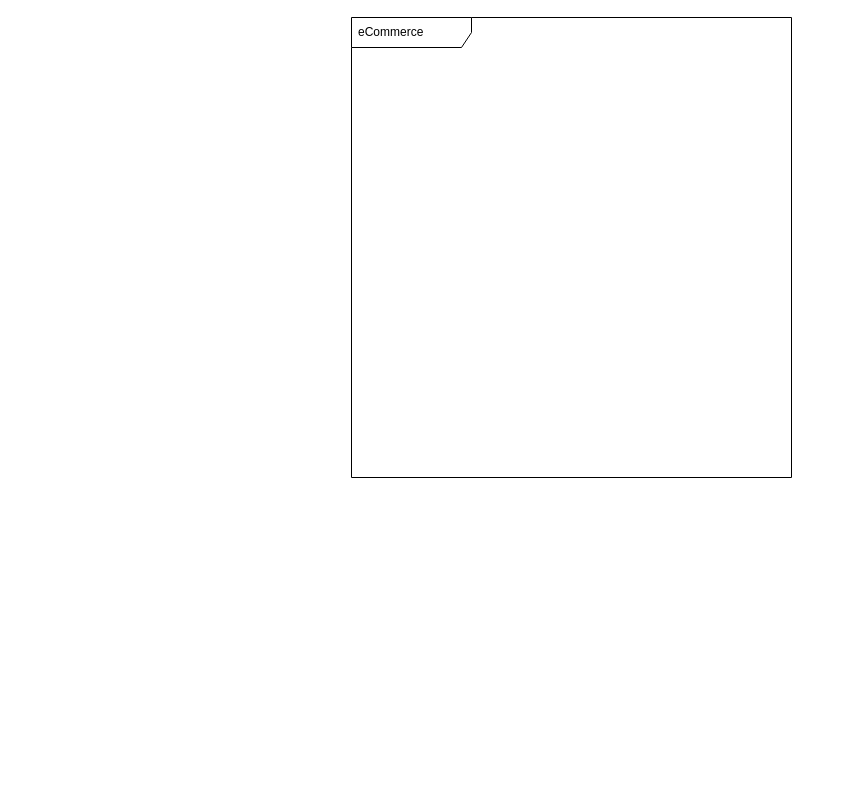
Earlier version of the draw.io diagram data_modeling/database.drawio (lbcamargo94/e_commerce_design). Source tidied: cells renumbered, new cells numbered last; positions are measured from the earlier drawing's top-left corner, leaving out a move shared by most shapes. Both pictures are drawn from the tidied source at 100%, with x=0, y=0 at pixel (351, 17).
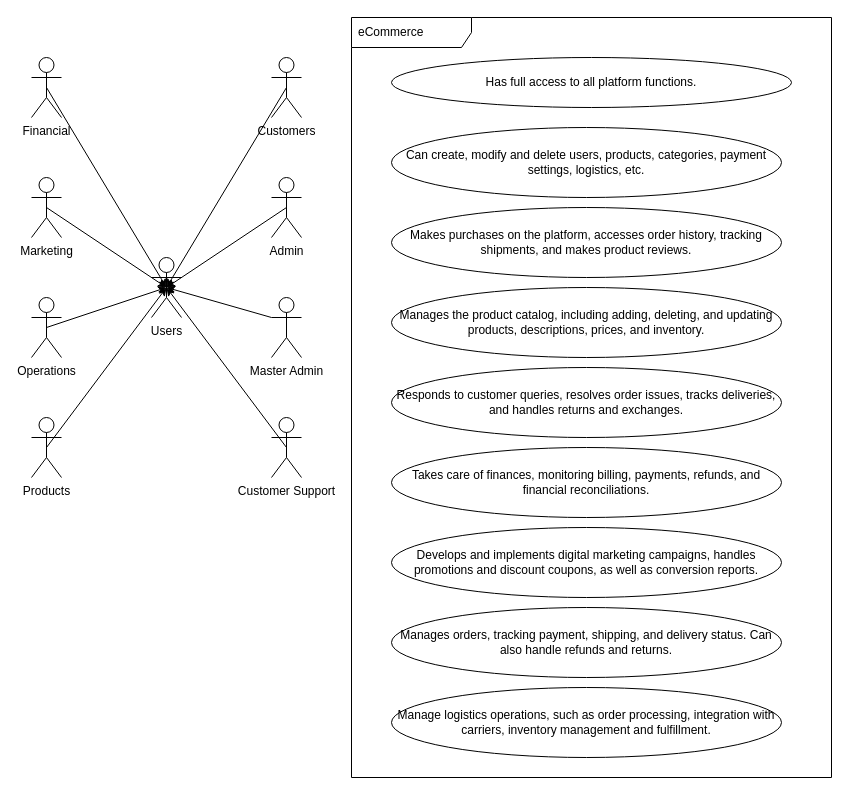
After the change.

Commit message:
feat: update data modeling

update data modeling database.drawio file

What changed in the source:
```diff
@@
     <mxCell id="2" value="eCommerce" style="shape=umlFrame;whiteSpace=wrap;html=1;width=120;height=30;boundedLbl=1;verticalAlign=middle;align=left;spacingLeft=5;" parent="1" vertex="1">
-      <mxGeometry width="440" height="460" as="geometry" />
+      <mxGeometry width="480" height="760" as="geometry" />
     </mxCell>
+    <mxCell id="3" style="edgeStyle=none;html=1;exitX=0.5;exitY=0.5;exitDx=0;exitDy=0;exitPerimeter=0;entryX=0.5;entryY=0.5;entryDx=0;entryDy=0;entryPerimeter=0;" parent="1" edge="1" source="4" target="5">
+      <mxGeometry relative="1" as="geometry" />
+    </mxCell>
+    <mxCell id="4" value="Customers" style="shape=umlActor;verticalLabelPosition=bottom;verticalAlign=top;html=1;" parent="1" vertex="1">
+      <mxGeometry x="-80" y="40" width="30" height="60" as="geometry" />
+    </mxCell>
+    <mxCell id="5" value="Users" style="shape=umlActor;verticalLabelPosition=bottom;verticalAlign=top;html=1;" parent="1" vertex="1">
+      <mxGeometry x="-200" y="240" width="30" height="60" as="geometry" />
+    </mxCell>
+    <mxCell id="6" style="edgeStyle=none;html=1;exitX=0.5;exitY=0.5;exitDx=0;exitDy=0;exitPerimeter=0;entryX=0.5;entryY=0.5;entryDx=0;entryDy=0;entryPerimeter=0;" parent="1" edge="1" source="7" target="5">
+      <mxGeometry relative="1" as="geometry" />
+    </mxCell>
+    <mxCell id="7" value="Admin" style="shape=umlActor;verticalLabelPosition=bottom;verticalAlign=top;html=1;" parent="1" vertex="1">
+      <mxGeometry x="-80" y="160" width="30" height="60" as="geometry" />
+    </mxCell>
+    <mxCell id="8" style="edgeStyle=none;html=1;exitX=0;exitY=0.3333333333333333;exitDx=0;exitDy=0;exitPerimeter=0;entryX=0.5;entryY=0.5;entryDx=0;entryDy=0;entryPerimeter=0;" parent="1" edge="1" source="9" target="5">
+      <mxGeometry relative="1" as="geometry" />
+    </mxCell>
+    <mxCell id="9" value="Master Admin" style="shape=umlActor;verticalLabelPosition=bottom;verticalAlign=top;html=1;" parent="1" vertex="1">
+      <mxGeometry x="-80" y="280" width="30" height="60" as="geometry" />
+    </mxCell>
+    <mxCell id="10" style="edgeStyle=none;html=1;exitX=0.5;exitY=0.5;exitDx=0;exitDy=0;exitPerimeter=0;entryX=0.5;entryY=0.5;entryDx=0;entryDy=0;entryPerimeter=0;" parent="1" edge="1" source="11" target="5">
+      <mxGeometry relative="1" as="geometry" />
+    </mxCell>
+    <mxCell id="11" value="Customer Support" style="shape=umlActor;verticalLabelPosition=bottom;verticalAlign=top;html=1;" parent="1" vertex="1">
+      <mxGeometry x="-80" y="400" width="30" height="60" as="geometry" />
+    </mxCell>
+    <mxCell id="12" style="edgeStyle=none;html=1;exitX=0.5;exitY=0.5;exitDx=0;exitDy=0;exitPerimeter=0;entryX=0.5;entryY=0.5;entryDx=0;entryDy=0;entryPerimeter=0;" parent="1" edge="1" source="13" target="5">
+      <mxGeometry relative="1" as="geometry" />
+    </mxCell>
+    <mxCell id="13" value="Financial" style="shape=umlActor;verticalLabelPosition=bottom;verticalAlign=top;html=1;" parent="1" vertex="1">
+      <mxGeometry x="-320" y="40" width="30" height="60" as="geometry" />
+    </mxCell>
+    <mxCell id="14" style="edgeStyle=none;html=1;exitX=0.5;exitY=0.5;exitDx=0;exitDy=0;exitPerimeter=0;entryX=0.5;entryY=0.5;entryDx=0;entryDy=0;entryPerimeter=0;" parent="1" edge="1" source="15" target="5">
+      <mxGeometry relative="1" as="geometry" />
+    </mxCell>
+    <mxCell id="15" value="Marketing" style="shape=umlActor;verticalLabelPosition=bottom;verticalAlign=top;html=1;" parent="1" vertex="1">
+      <mxGeometry x="-320" y="160" width="30" height="60" as="geometry" />
+    </mxCell>
+    <mxCell id="16" style="edgeStyle=none;html=1;exitX=0.5;exitY=0.5;exitDx=0;exitDy=0;exitPerimeter=0;" parent="1" edge="1" source="17">
+      <mxGeometry relative="1" as="geometry">
+        <mxPoint x="-185" y="270" as="targetPoint" />
+      </mxGeometry>
+    </mxCell>
+    <mxCell id="17" value="Operations" style="shape=umlActor;verticalLabelPosition=bottom;verticalAlign=top;html=1;" parent="1" vertex="1">
+      <mxGeometry x="-320" y="280" width="30" height="60" as="geometry" />
+    </mxCell>
+    <mxCell id="18" style="edgeStyle=none;html=1;exitX=0.5;exitY=0.5;exitDx=0;exitDy=0;exitPerimeter=0;entryX=0.5;entryY=0.5;entryDx=0;entryDy=0;entryPerimeter=0;" parent="1" edge="1" source="19" target="5">
+      <mxGeometry relative="1" as="geometry" />
+    </mxCell>
+    <mxCell id="19" value="Products" style="shape=umlActor;verticalLabelPosition=bottom;verticalAlign=top;html=1;" parent="1" vertex="1">
+      <mxGeometry x="-320" y="400" width="30" height="60" as="geometry" />
+    </mxCell>
+    <mxCell id="20" value="Manages the product catalog, including adding, deleting, and updating products, descriptions, prices, and inventory." style="ellipse;whiteSpace=wrap;html=1;align=center;verticalAlign=middle;labelBorderColor=none;labelBackgroundColor=none;" parent="1" vertex="1">
+      <mxGeometry x="40" y="270" width="390" height="70" as="geometry" />
+    </mxCell>
+    <mxCell id="21" value="Has full access to all platform functions." style="ellipse;whiteSpace=wrap;html=1;labelBackgroundColor=none;labelBorderColor=none;" parent="1" vertex="1">
+      <mxGeometry x="40" y="40" width="400" height="50" as="geometry" />
+    </mxCell>
+    <mxCell id="22" value="Can create, modify and delete users, products, categories, payment settings, logistics, etc." style="ellipse;whiteSpace=wrap;html=1;align=center;verticalAlign=middle;labelBorderColor=none;labelBackgroundColor=none;" parent="1" vertex="1">
+      <mxGeometry x="40" y="110" width="390" height="70" as="geometry" />
+    </mxCell>
+    <mxCell id="23" value="Makes purchases on the platform, accesses order history, tracking shipments, and makes product reviews." style="ellipse;whiteSpace=wrap;html=1;align=center;verticalAlign=middle;labelBorderColor=none;labelBackgroundColor=none;" parent="1" vertex="1">
+      <mxGeometry x="40" y="190" width="390" height="70" as="geometry" />
+    </mxCell>
+    <mxCell id="24" value="Responds to customer queries, resolves order issues, tracks deliveries, and handles returns and exchanges." style="ellipse;whiteSpace=wrap;html=1;align=center;verticalAlign=middle;labelBorderColor=none;labelBackgroundColor=none;" parent="1" vertex="1">
+      <mxGeometry x="40" y="350" width="390" height="70" as="geometry" />
+    </mxCell>
+    <mxCell id="25" value="Takes care of finances, monitoring billing, payments, refunds, and financial reconciliations." style="ellipse;whiteSpace=wrap;html=1;align=center;verticalAlign=middle;labelBorderColor=none;labelBackgroundColor=none;" parent="1" vertex="1">
+      <mxGeometry x="40" y="430" width="390" height="70" as="geometry" />
+    </mxCell>
+    <mxCell id="26" value="Develops and implements digital marketing campaigns, handles promotions and discount coupons, as well as conversion reports." style="ellipse;whiteSpace=wrap;html=1;align=center;verticalAlign=middle;labelBorderColor=none;labelBackgroundColor=none;" parent="1" vertex="1">
+      <mxGeometry x="40" y="510" width="390" height="70" as="geometry" />
+    </mxCell>
+    <mxCell id="27" value="Manages orders, tracking payment, shipping, and delivery status. Can also handle refunds and returns." style="ellipse;whiteSpace=wrap;html=1;align=center;verticalAlign=middle;labelBorderColor=none;labelBackgroundColor=none;" parent="1" vertex="1">
+      <mxGeometry x="40" y="590" width="390" height="70" as="geometry" />
+    </mxCell>
+    <mxCell id="28" value="Manage logistics operations, such as order processing, integration with carriers, inventory management and fulfillment." style="ellipse;whiteSpace=wrap;html=1;align=center;verticalAlign=middle;labelBorderColor=none;labelBackgroundColor=none;" parent="1" vertex="1">
+      <mxGeometry x="40" y="670" width="390" height="70" as="geometry" />
+    </mxCell>
```
